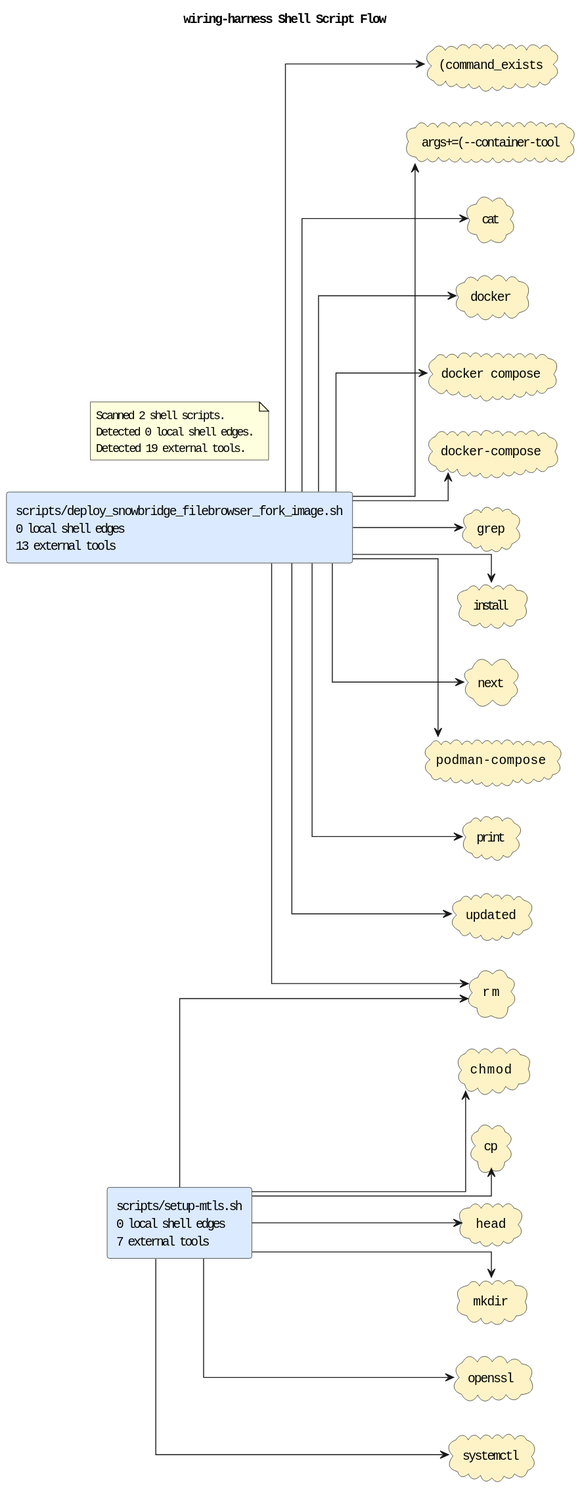
Earlier version of the PlantUML export docs/diagrams/shell-call-graph.puml.svg (casonk/wiring-harness).
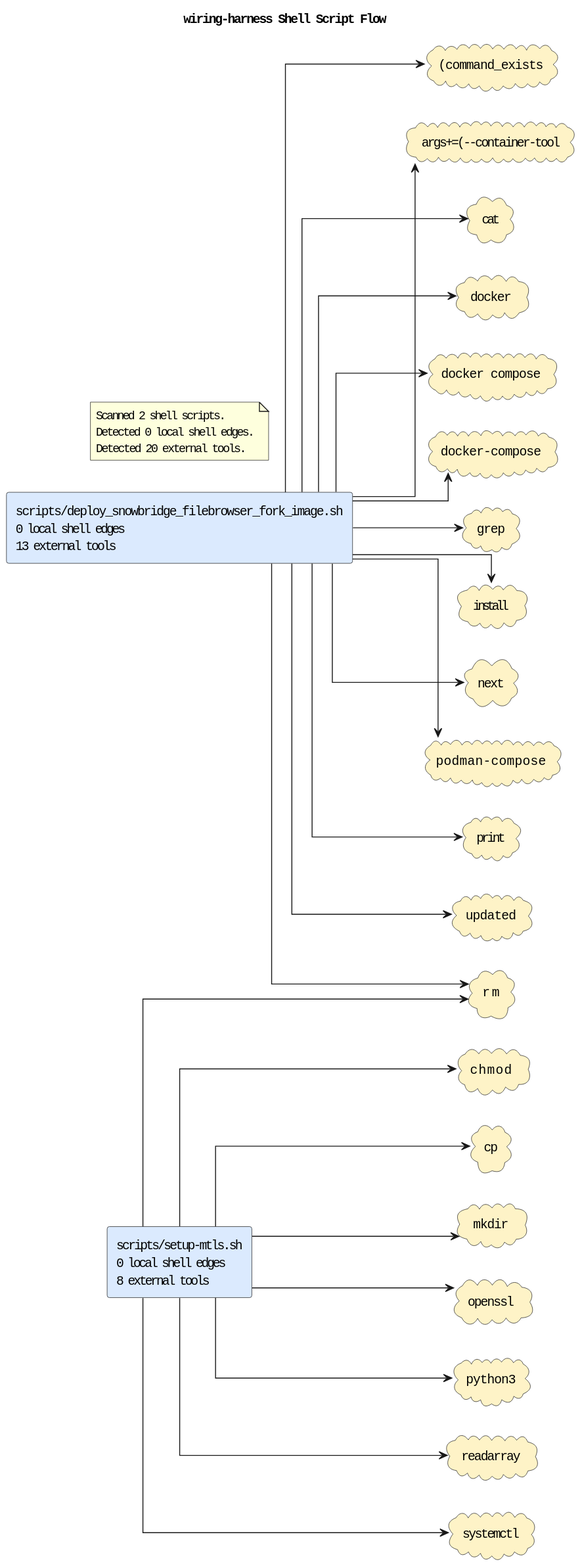
After the change.

What changed in the source:
```diff
@@ -6,7 +6,7 @@
 skinparam componentStyle rectangle
 skinparam linetype ortho
 rectangle "scripts/deploy_snowbridge_filebrowser_fork_image.sh\n0 local shell edges\n13 external tools" as shell_scripts_deploy_snowbridge_filebrowser_fork_image_sh #DBEAFE
-rectangle "scripts/setup-mtls.sh\n0 local shell edges\n7 external tools" as shell_scripts_setup_mtls_sh #DBEAFE
+rectangle "scripts/setup-mtls.sh\n0 local shell edges\n8 external tools" as shell_scripts_setup_mtls_sh #DBEAFE
 cloud "(command_exists" as tool_command_exists #FEF3C7
 cloud "args+=(--container-tool" as tool_args_container_tool #FEF3C7
 cloud "cat" as tool_cat #FEF3C7
@@ -16,13 +16,14 @@
 cloud "docker compose" as tool_docker_compose #FEF3C7
 cloud "docker-compose" as tool_docker_compose_2 #FEF3C7
 cloud "grep" as tool_grep #FEF3C7
-cloud "head" as tool_head #FEF3C7
 cloud "install" as tool_install #FEF3C7
 cloud "mkdir" as tool_mkdir #FEF3C7
 cloud "next" as tool_next #FEF3C7
 cloud "openssl" as tool_openssl #FEF3C7
 cloud "podman-compose" as tool_podman_compose #FEF3C7
 cloud "print" as tool_print #FEF3C7
+cloud "python3" as tool_python3 #FEF3C7
+cloud "readarray" as tool_readarray #FEF3C7
 cloud "rm" as tool_rm #FEF3C7
 cloud "systemctl" as tool_systemctl #FEF3C7
 cloud "updated" as tool_updated #FEF3C7
@@ -41,14 +42,15 @@
 shell_scripts_deploy_snowbridge_filebrowser_fork_image_sh --> tool_updated
 shell_scripts_setup_mtls_sh --> tool_chmod
 shell_scripts_setup_mtls_sh --> tool_cp
-shell_scripts_setup_mtls_sh --> tool_head
 shell_scripts_setup_mtls_sh --> tool_mkdir
 shell_scripts_setup_mtls_sh --> tool_openssl
+shell_scripts_setup_mtls_sh --> tool_python3
+shell_scripts_setup_mtls_sh --> tool_readarray
 shell_scripts_setup_mtls_sh --> tool_rm
 shell_scripts_setup_mtls_sh --> tool_systemctl
 note as shellGraphSummary
 Scanned 2 shell scripts.
 Detected 0 local shell edges.
-Detected 19 external tools.
+Detected 20 external tools.
 end note
 @enduml
```
